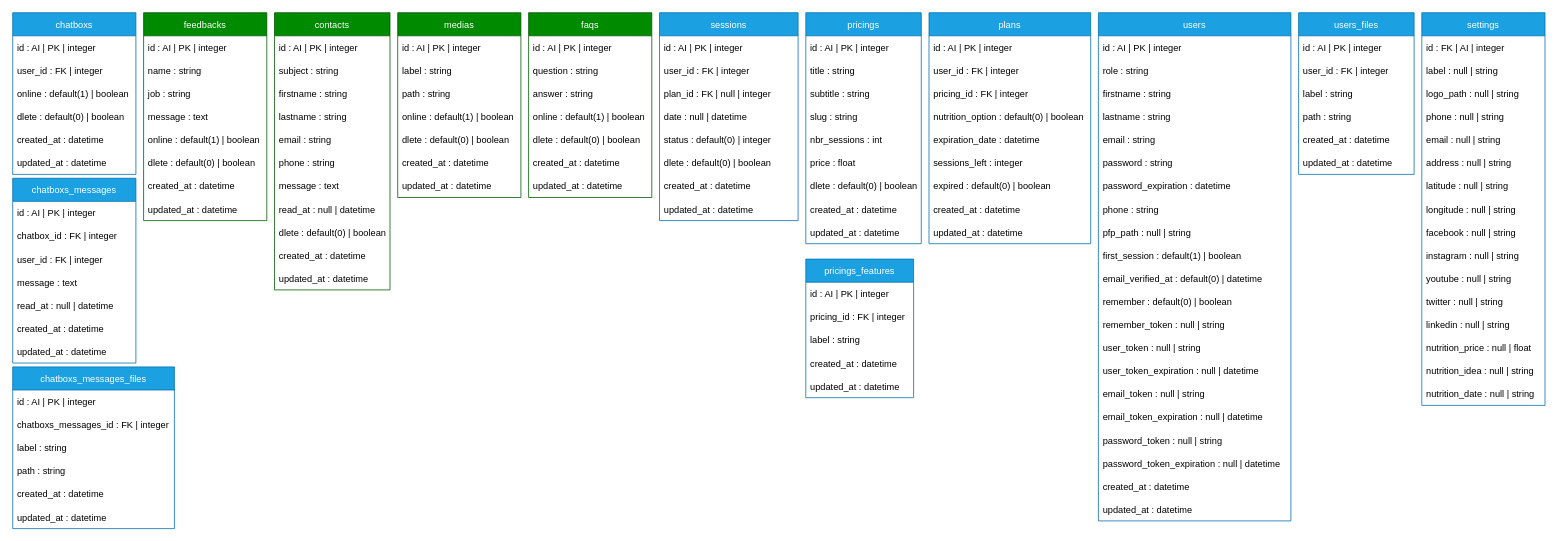
The draw.io diagram page "BDD" (3 of 3) of architecture.drawio in HakimFIDJEL/jcoaching, before the edit. Source tidied: cells renumbered, new cells numbered last; positions are measured from the earlier drawing's top-left corner, leaving out a move shared by most shapes. Both pictures are drawn from the tidied source at 77%, with x=0, y=0 at pixel (12, 12).
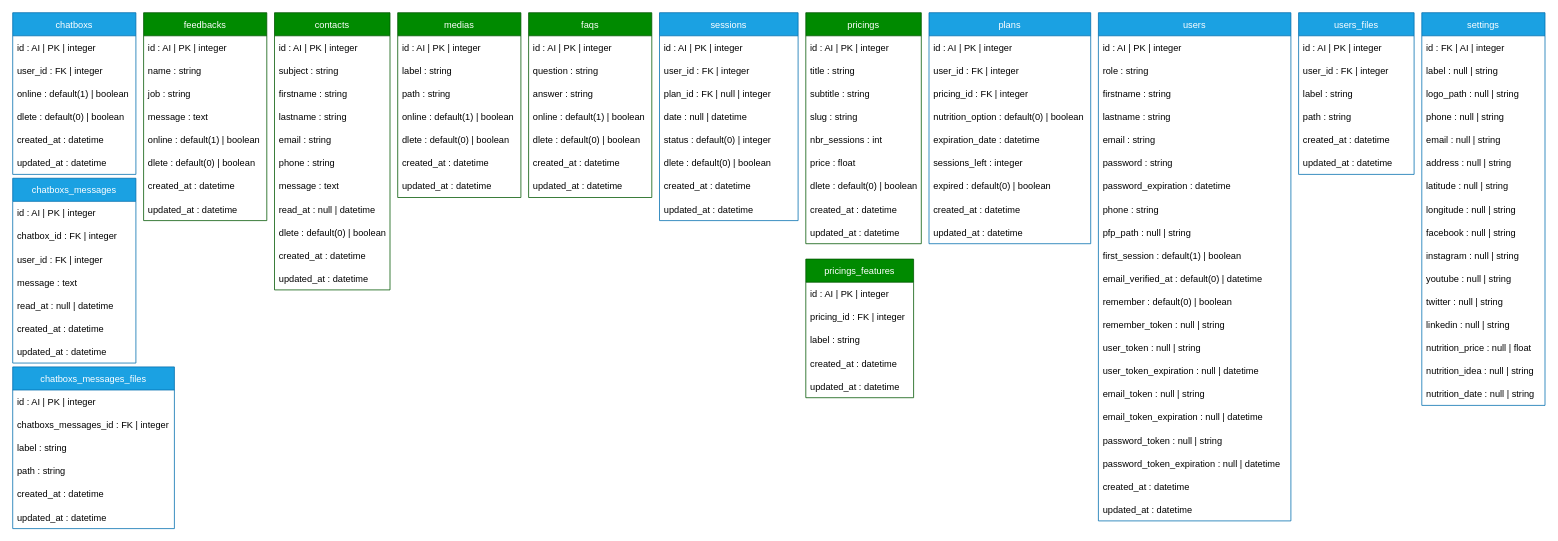
The same diagram, later.

Diff of the diagram source:
```diff
@@
-    <mxCell id="88" value="pricings_features" style="swimlane;fontStyle=0;horizontal=1;startSize=30;fillColor=#1ba1e2;fontColor=#ffffff;strokeColor=#006EAF;" parent="1" vertex="1">
+    <mxCell id="88" value="pricings_features" style="swimlane;fontStyle=0;horizontal=1;startSize=30;fillColor=#008a00;fontColor=#ffffff;strokeColor=#005700;" parent="1" vertex="1">
       <mxGeometry x="1030" y="320" width="140" height="180" as="geometry" />
     </mxCell>
@@
-    <mxCell id="125" value="pricings" style="swimlane;fontStyle=0;horizontal=1;startSize=30;fillColor=#1ba1e2;fontColor=#ffffff;strokeColor=#006EAF;" parent="1" vertex="1">
+    <mxCell id="125" value="pricings" style="swimlane;fontStyle=0;horizontal=1;startSize=30;fillColor=#008a00;fontColor=#ffffff;strokeColor=#005700;" parent="1" vertex="1">
       <mxGeometry x="1030" width="150" height="300" as="geometry" />
     </mxCell>
```
